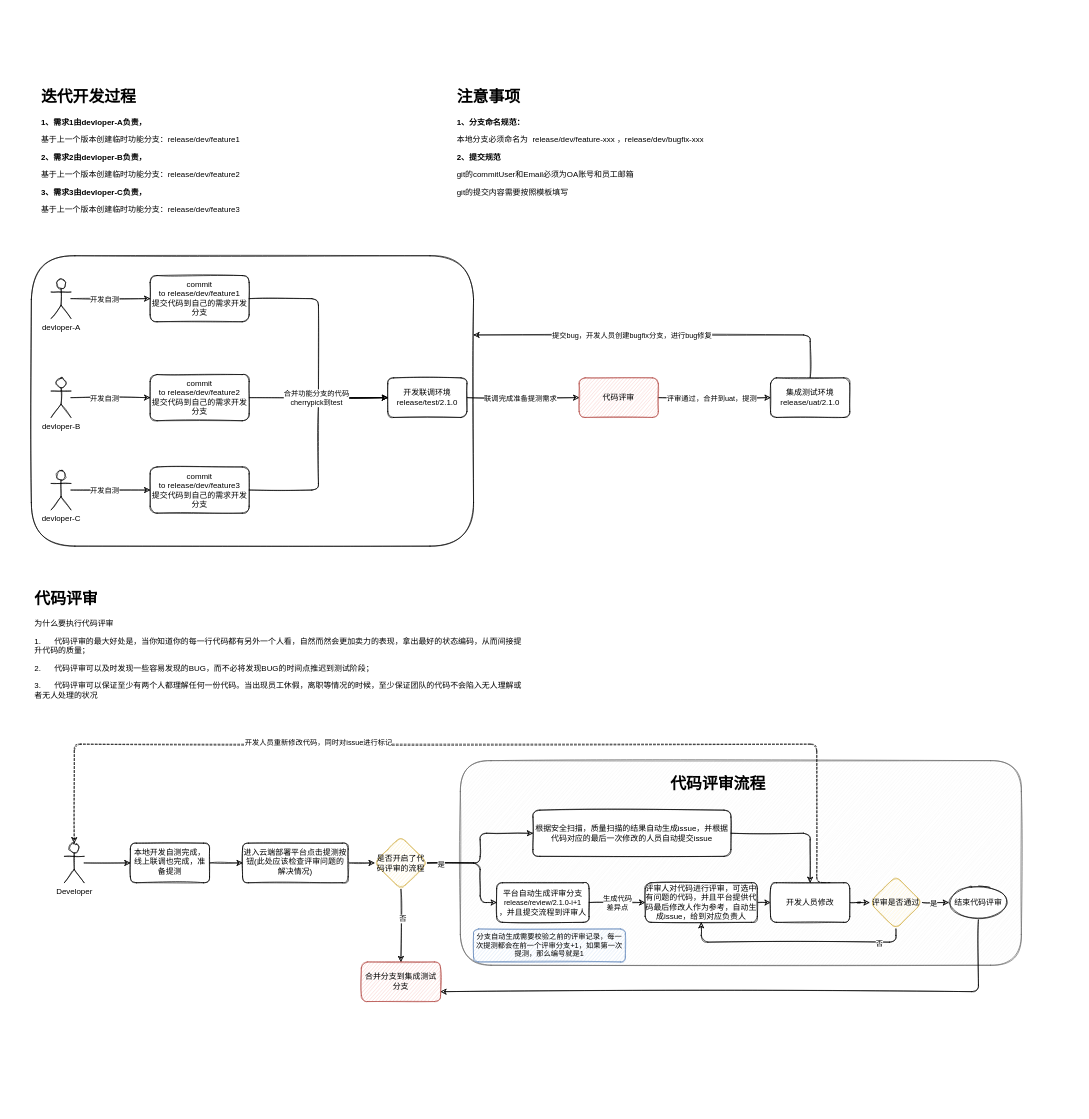
Earlier version of the draw.io diagram 代码评审流程.drawio (jenkinZhou/online-face). Source tidied: cells renumbered, new cells numbered last; positions are measured from the earlier drawing's top-left corner, leaving out a move shared by most shapes. Both pictures are drawn from the tidied source at 66%, with x=0, y=0 at pixel (31, 84).
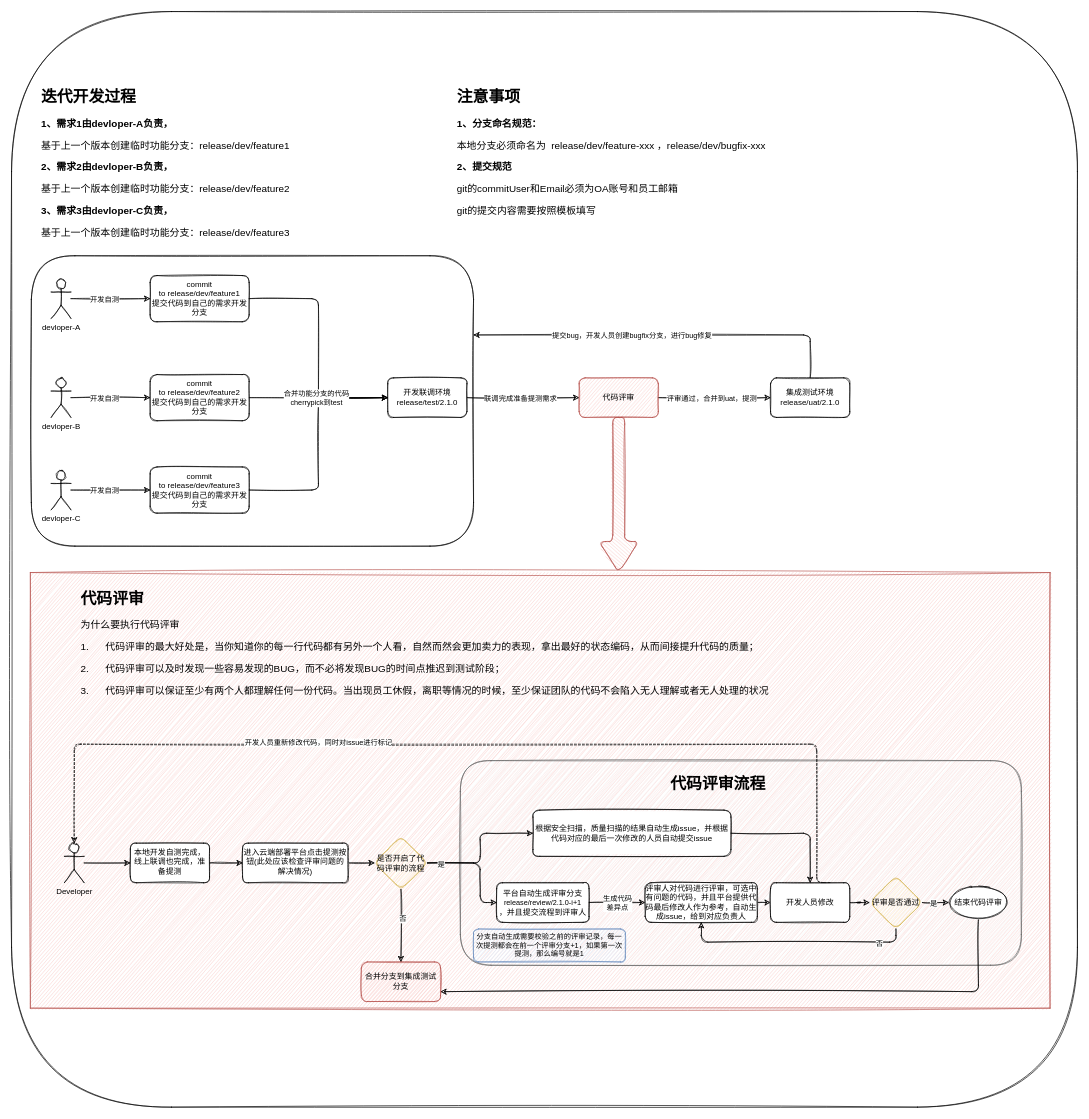
Above is the later version.

Commit message (it also covers changes not shown here):
更新代码评审流程.drawio

What changed in the source:
```diff
@@
+    <mxCell id="65" style="rounded=1;whiteSpace=wrap;html=1;sketch=1;hachureGap=4;fontFamily=Architects Daughter;fontSize=20;" parent="1" vertex="1">
+      <mxGeometry x="-30" y="-110" width="1615" height="1660" as="geometry" />
+    </mxCell>
+    <mxCell id="66" style="rounded=0;whiteSpace=wrap;html=1;sketch=1;hachureGap=4;fontFamily=Architects Daughter;fontSize=20;fillColor=#f8cecc;strokeColor=#b85450;" parent="1" vertex="1">
+      <mxGeometry x="-1.5" y="740" width="1545" height="660" as="geometry" />
+    </mxCell>
@@
-    <mxCell id="13" value="&lt;h1&gt;迭代开发过程&lt;/h1&gt;&lt;p&gt;&lt;b&gt;1、需求1由devloper-A负责，&lt;/b&gt;&lt;/p&gt;&lt;p&gt;基于上一个版本创建临时功能分支：release/dev/feature1&lt;/p&gt;&lt;p&gt;&lt;b&gt;2、需求2由devloper-B负责，&lt;/b&gt;&lt;/p&gt;基于上一个版本创建临时功能分支：release/dev/feature2&lt;p&gt;&lt;b&gt;3、需求3由devloper-C负责，&lt;/b&gt;&lt;/p&gt;基于上一个版本创建临时功能分支：release/dev/feature3" style="text;html=1;strokeColor=none;fillColor=none;spacing=5;spacingTop=-20;whiteSpace=wrap;overflow=hidden;rounded=1;sketch=1;" parent="1" vertex="1">
-      <mxGeometry x="10" width="550" height="200" as="geometry" />
+    <mxCell id="13" value="&lt;h1&gt;迭代开发过程&lt;/h1&gt;&lt;p style=&quot;font-size: 15px;&quot;&gt;&lt;b style=&quot;&quot;&gt;&lt;font style=&quot;font-size: 15px;&quot;&gt;1、需求1由devloper-A负责，&lt;/font&gt;&lt;/b&gt;&lt;/p&gt;&lt;p style=&quot;font-size: 15px;&quot;&gt;&lt;font style=&quot;font-size: 15px;&quot;&gt;基于上一个版本创建临时功能分支：release/dev/feature1&lt;/font&gt;&lt;/p&gt;&lt;p style=&quot;font-size: 15px;&quot;&gt;&lt;b&gt;&lt;font style=&quot;font-size: 15px;&quot;&gt;2、需求2由devloper-B负责，&lt;/font&gt;&lt;/b&gt;&lt;/p&gt;&lt;font style=&quot;font-size: 15px;&quot;&gt;基于上一个版本创建临时功能分支：release/dev/feature2&lt;/font&gt;&lt;p style=&quot;font-size: 15px;&quot;&gt;&lt;b&gt;&lt;font style=&quot;font-size: 15px;&quot;&gt;3、需求3由devloper-C负责，&lt;/font&gt;&lt;/b&gt;&lt;/p&gt;&lt;font style=&quot;font-size: 15px;&quot;&gt;基于上一个版本创建临时功能分支：release/dev/feature3&lt;/font&gt;" style="text;html=1;strokeColor=none;fillColor=none;spacing=5;spacingTop=-20;whiteSpace=wrap;overflow=hidden;rounded=1;sketch=1;" parent="1" vertex="1">
+      <mxGeometry x="10" width="580" height="250" as="geometry" />
     </mxCell>
@@
-    <mxCell id="30" value="&lt;h1&gt;代码评审&lt;/h1&gt;&lt;p&gt;为什么要执行代码评审&lt;/p&gt;&lt;p&gt;1.&amp;nbsp; &amp;nbsp; &amp;nbsp; 代码评审的最大好处是，当你知道你的每一行代码都有另外一个人看，自然而然会更加卖力的表现，拿出最好的状态编码，从而间接提升代码的质量；&lt;/p&gt;&lt;p&gt;2.&amp;nbsp; &amp;nbsp; &amp;nbsp; 代码评审可以及时发现一些容易发现的BUG，而不必将发现BUG的时间点推迟到测试阶段；&lt;/p&gt;&lt;p&gt;3.&amp;nbsp; &amp;nbsp; &amp;nbsp; 代码评审可以保证至少有两个人都理解任何一份代码。当出现员工休假，离职等情况的时候，至少保证团队的代码不会陷入无人理解或者无人处理的状况&lt;/p&gt;&lt;p&gt;&lt;br&gt;&lt;/p&gt;" style="text;html=1;strokeColor=none;fillColor=none;spacing=5;spacingTop=-20;whiteSpace=wrap;overflow=hidden;rounded=1;sketch=1;" parent="1" vertex="1">
-      <mxGeometry y="760" width="750" height="200" as="geometry" />
+    <mxCell id="30" value="&lt;h1&gt;代码评审&lt;/h1&gt;&lt;p style=&quot;font-size: 15px;&quot;&gt;&lt;font style=&quot;font-size: 15px;&quot;&gt;为什么要执行代码评审&lt;/font&gt;&lt;/p&gt;&lt;p style=&quot;font-size: 15px;&quot;&gt;&lt;font style=&quot;font-size: 15px;&quot;&gt;1.&amp;nbsp; &amp;nbsp; &amp;nbsp; 代码评审的最大好处是，当你知道你的每一行代码都有另外一个人看，自然而然会更加卖力的表现，拿出最好的状态编码，从而间接提升代码的质量；&lt;/font&gt;&lt;/p&gt;&lt;p style=&quot;font-size: 15px;&quot;&gt;&lt;font style=&quot;font-size: 15px;&quot;&gt;2.&amp;nbsp; &amp;nbsp; &amp;nbsp; 代码评审可以及时发现一些容易发现的BUG，而不必将发现BUG的时间点推迟到测试阶段；&lt;/font&gt;&lt;/p&gt;&lt;p style=&quot;font-size: 15px;&quot;&gt;&lt;font style=&quot;font-size: 15px;&quot;&gt;3.&amp;nbsp; &amp;nbsp; &amp;nbsp; 代码评审可以保证至少有两个人都理解任何一份代码。当出现员工休假，离职等情况的时候，至少保证团队的代码不会陷入无人理解或者无人处理的状况&lt;/font&gt;&lt;/p&gt;&lt;p&gt;&lt;br&gt;&lt;/p&gt;" style="text;html=1;strokeColor=none;fillColor=none;spacing=5;spacingTop=-20;whiteSpace=wrap;overflow=hidden;rounded=1;sketch=1;" parent="1" vertex="1">
+      <mxGeometry x="70" y="760" width="1300" height="190" as="geometry" />
     </mxCell>
-    <mxCell id="31" value="&lt;h1&gt;注意事项&lt;/h1&gt;&lt;p&gt;&lt;b&gt;1、分支命名规范：&lt;/b&gt;&lt;/p&gt;&lt;p&gt;本地分支必须命名为&amp;nbsp; release/dev/feature-xxx ，release/dev/bugfix-xxx&lt;/p&gt;&lt;p&gt;&lt;b&gt;2、提交规范&lt;/b&gt;&lt;/p&gt;&lt;p&gt;git的commitUser和Email必须为OA账号和员工邮箱&lt;br&gt;&lt;/p&gt;&lt;p&gt;git的提交内容需要按照模板填写&lt;/p&gt;" style="text;html=1;strokeColor=none;fillColor=none;spacing=5;spacingTop=-20;whiteSpace=wrap;overflow=hidden;rounded=1;sketch=1;" parent="1" vertex="1">
-      <mxGeometry x="640" width="450" height="180" as="geometry" />
+    <mxCell id="31" value="&lt;h1&gt;注意事项&lt;/h1&gt;&lt;p style=&quot;font-size: 15px;&quot;&gt;&lt;b style=&quot;&quot;&gt;&lt;font style=&quot;font-size: 15px;&quot;&gt;1、分支命名规范：&lt;/font&gt;&lt;/b&gt;&lt;/p&gt;&lt;p style=&quot;font-size: 15px;&quot;&gt;&lt;font style=&quot;font-size: 15px;&quot;&gt;本地分支必须命名为&amp;nbsp; release/dev/feature-xxx ，release/dev/bugfix-xxx&lt;/font&gt;&lt;/p&gt;&lt;p style=&quot;font-size: 15px;&quot;&gt;&lt;b style=&quot;&quot;&gt;&lt;font style=&quot;font-size: 15px;&quot;&gt;2、提交规范&lt;/font&gt;&lt;/b&gt;&lt;/p&gt;&lt;p style=&quot;font-size: 15px;&quot;&gt;&lt;font style=&quot;font-size: 15px;&quot;&gt;git的commitUser和Email必须为OA账号和员工邮箱&lt;br style=&quot;&quot;&gt;&lt;/font&gt;&lt;/p&gt;&lt;p style=&quot;font-size: 15px;&quot;&gt;&lt;font style=&quot;font-size: 15px;&quot;&gt;git的提交内容需要按照模板填写&lt;/font&gt;&lt;/p&gt;" style="text;html=1;strokeColor=none;fillColor=none;spacing=5;spacingTop=-20;whiteSpace=wrap;overflow=hidden;rounded=1;sketch=1;" parent="1" vertex="1">
+      <mxGeometry x="640" width="500" height="230" as="geometry" />
     </mxCell>
@@
+    <mxCell id="67" style="shape=singleArrow;direction=south;whiteSpace=wrap;html=1;rounded=1;sketch=1;hachureGap=4;fontFamily=Architects Daughter;fontSize=20;fillColor=#f8cecc;strokeColor=#b85450;" parent="1" vertex="1">
+      <mxGeometry x="860" y="505" width="60" height="235" as="geometry" />
+    </mxCell>
```
